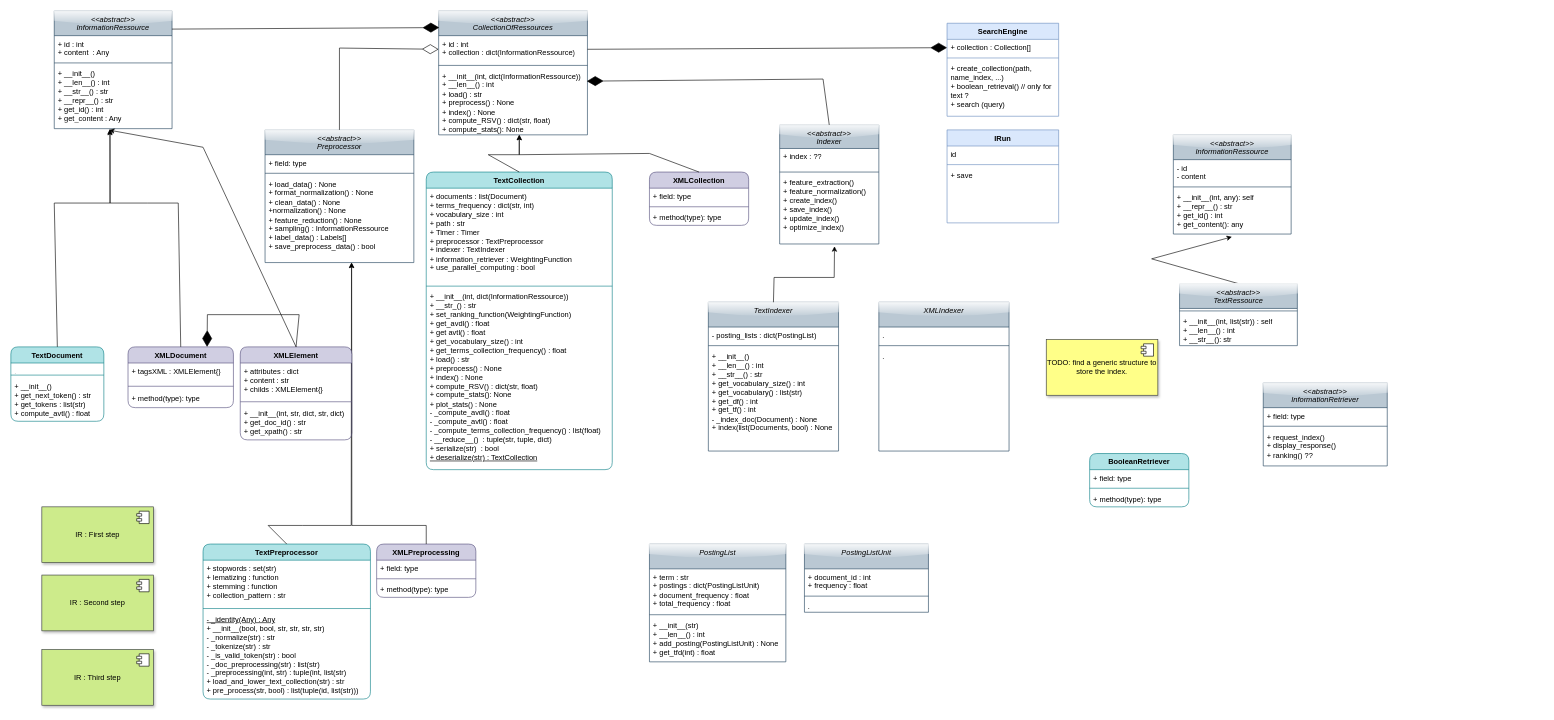
mohamedlrouabah1/RIM2DSC keeps this draw.io diagram as uml_diagrams/information_retrieval_models.drawio. Above is the earlier version. Source tidied: cells renumbered, new cells numbered last; positions are measured from the earlier drawing's top-left corner, leaving out a move shared by most shapes. Both pictures are drawn from the tidied source at 62%, with x=0, y=0 at pixel (11, 11).
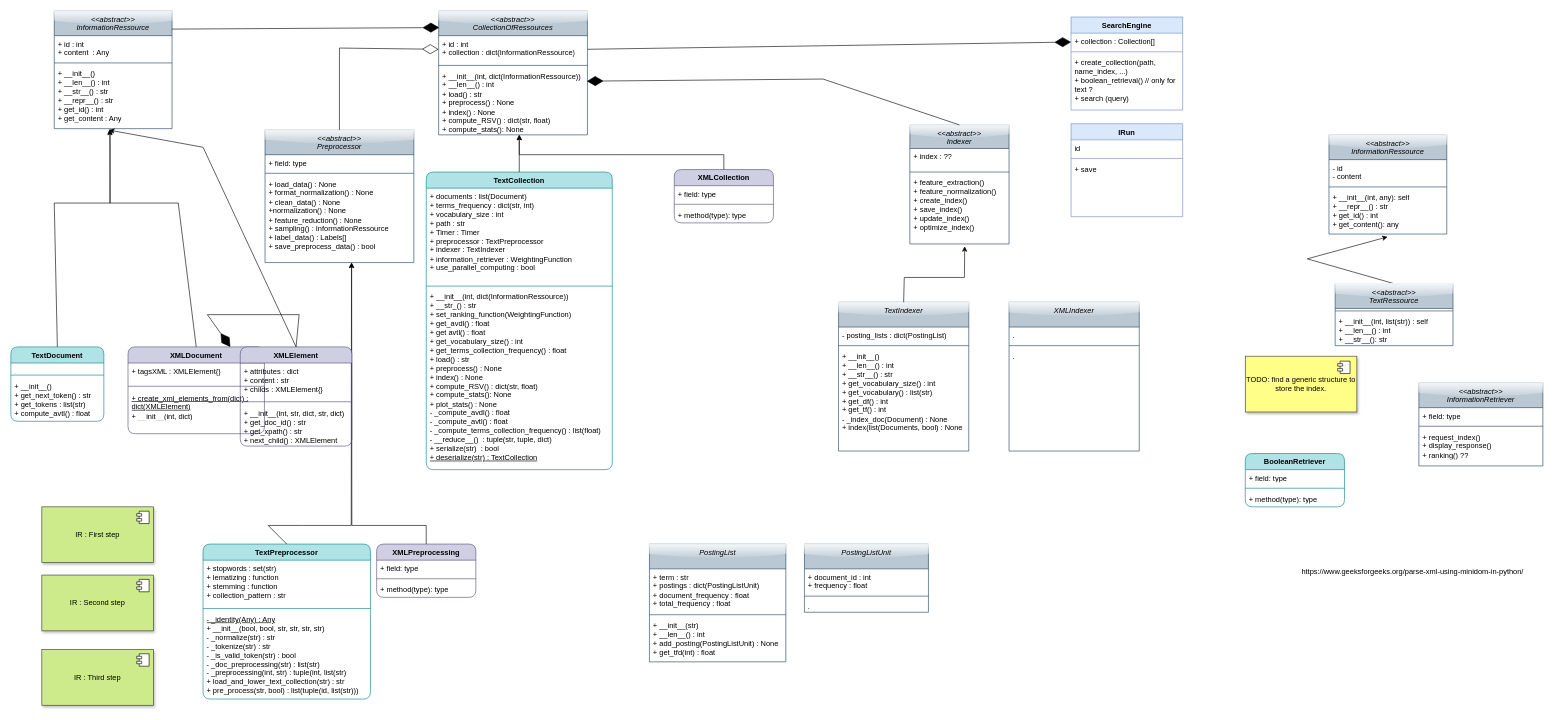
The same page after the edit.

Commit message:
doc: update uml class diagram

The change refers to these unchanged cells:
```xml
<mxCell id="23" value="TextCollection" style="swimlane;fontStyle=1;align=center;verticalAlign=top;horizontal=1;startSize=26;whiteSpace=wrap;html=1;fillColor=#b0e3e6;strokeColor=#0e8088;rounded=1;" parent="1" vertex="1">
  <mxGeometry x="670" y="260" width="300" height="480" as="geometry" />
</mxCell>
<mxCell id="53" value="+ feature_extraction()&lt;br&gt;+ feature_normalization()&lt;br&gt;+ create_index()&lt;br&gt;+ save_index()&lt;br&gt;+ update_index()&lt;br&gt;+ optimize_index()" style="text;strokeColor=none;fillColor=none;align=left;verticalAlign=top;spacingLeft=4;spacingRight=4;overflow=hidden;points=[[0,0.5],[1,0.5]];portConstraint=eastwest;whiteSpace=wrap;html=1;" parent="50" vertex="1">
  <mxGeometry y="80" width="160" height="112" as="geometry" />
</mxCell>
<mxCell id="75" value="+ __init__(int, any): self&lt;br&gt;+ __repr__() : str&lt;br&gt;+ get_id() : int&lt;br&gt;+ get_content(): any" style="text;strokeColor=none;fillColor=none;align=left;verticalAlign=top;spacingLeft=4;spacingRight=4;overflow=hidden;points=[[0,0.5],[1,0.5]];portConstraint=eastwest;whiteSpace=wrap;html=1;" parent="72" vertex="1">
  <mxGeometry y="88" width="190" height="72" as="geometry" />
</mxCell>
```

The edit, as a diff of the source:
```diff
@@
     <mxCell id="10" value="XMLDocument" style="swimlane;fontStyle=1;align=center;verticalAlign=top;horizontal=1;startSize=26;whiteSpace=wrap;html=1;fillColor=#d0cee2;strokeColor=#56517e;rounded=1;" parent="1" vertex="1">
-      <mxGeometry x="189" y="542" width="170" height="98" as="geometry" />
+      <mxGeometry x="189" y="542" width="220" height="140" as="geometry" />
     </mxCell>
     <mxCell id="11" value="+ tagsXML : XMLElement{}" style="text;strokeColor=none;fillColor=none;align=left;verticalAlign=top;spacingLeft=4;spacingRight=4;overflow=hidden;whiteSpace=wrap;html=1;" parent="10" vertex="1">
-      <mxGeometry y="26" width="170" height="32" as="geometry" />
+      <mxGeometry y="26" width="220" height="32" as="geometry" />
     </mxCell>
     <mxCell id="12" style="line;strokeWidth=1;fillColor=none;align=left;verticalAlign=middle;spacingTop=-1;spacingLeft=3;spacingRight=3;labelPosition=right;strokeColor=inherit;" parent="10" vertex="1">
-      <mxGeometry y="58" width="170" height="11" as="geometry" />
+      <mxGeometry y="58" width="220" height="11" as="geometry" />
     </mxCell>
-    <mxCell id="13" value="+ method(type): type" style="text;strokeColor=none;fillColor=none;align=left;verticalAlign=top;spacingLeft=4;spacingRight=4;overflow=hidden;whiteSpace=wrap;html=1;" parent="10" vertex="1">
-      <mxGeometry y="69" width="170" height="29" as="geometry" />
+    <mxCell id="13" value="&lt;u&gt;+ create_xml_elements_from(dict) : dict(XMLElement)&lt;/u&gt;&lt;br&gt;+ __init__(int, dict)" style="text;strokeColor=none;fillColor=none;align=left;verticalAlign=top;spacingLeft=4;spacingRight=4;overflow=hidden;whiteSpace=wrap;html=1;" parent="10" vertex="1">
+      <mxGeometry y="69" width="220" height="71" as="geometry" />
     </mxCell>
@@
     <mxCell id="19" value="SearchEngine" style="swimlane;fontStyle=1;align=center;verticalAlign=top;horizontal=1;startSize=26;whiteSpace=wrap;html=1;fillColor=#dae8fc;strokeColor=#6c8ebf;" parent="1" vertex="1">
-      <mxGeometry x="1510" y="20" width="180" height="150" as="geometry" />
+      <mxGeometry x="1710" y="10" width="180" height="150" as="geometry" />
     </mxCell>
@@
     <mxCell id="27" value="XMLCollection" style="swimlane;fontStyle=1;align=center;verticalAlign=top;horizontal=1;startSize=26;whiteSpace=wrap;html=1;fillColor=#d0cee2;strokeColor=#56517e;rounded=1;" parent="1" vertex="1">
-      <mxGeometry x="1030" y="260" width="160" height="86" as="geometry" />
+      <mxGeometry x="1070" y="256" width="160" height="86" as="geometry" />
     </mxCell>
@@
     <mxCell id="50" value="&lt;i style=&quot;font-weight: normal;&quot;&gt;&amp;lt;&amp;lt;abstract&amp;gt;&amp;gt;&lt;br&gt;Indexer&lt;/i&gt;" style="swimlane;fontStyle=1;align=center;verticalAlign=top;horizontal=1;startSize=38;whiteSpace=wrap;html=1;fillColor=#bac8d3;strokeColor=#23445d;glass=1;" parent="1" vertex="1">
-      <mxGeometry x="1240" y="184" width="160" height="192" as="geometry" />
+      <mxGeometry x="1450" y="184" width="160" height="192" as="geometry" />
     </mxCell>
@@
     <mxCell id="54" value="TODO: find a generic structure to store the index." style="html=1;whiteSpace=wrap;fillColor=#ffff88;strokeColor=#36393d;shadow=1;" parent="1" vertex="1">
-      <mxGeometry x="1670" y="530" width="180" height="90" as="geometry" />
+      <mxGeometry x="1991" y="557" width="180" height="90" as="geometry" />
     </mxCell>
     <mxCell id="55" style="shape=module;jettyWidth=8;jettyHeight=4;" parent="54" vertex="1">
       <mxGeometry x="1" width="20" height="20" relative="1" as="geometry">
-        <mxPoint x="-27" y="7" as="offset" />
+        <mxPoint x="-31" y="8" as="offset" />
       </mxGeometry>
     </mxCell>
@@
     <mxCell id="58" style="endArrow=classic;html=1;rounded=0;exitX=0.5;exitY=0;exitDx=0;exitDy=0;entryX=0.542;entryY=1;entryDx=0;entryDy=0;entryPerimeter=0;" parent="1" edge="1" source="23">
       <mxGeometry relative="1" as="geometry">
         <mxPoint x="820.1" y="200" as="targetPoint" />
         <Array as="points">
-          <mxPoint x="770" y="232" />
           <mxPoint x="820" y="232" />
         </Array>
       </mxGeometry>
     </mxCell>
     <mxCell id="59" style="endArrow=classic;html=1;rounded=0;exitX=0.5;exitY=0;exitDx=0;exitDy=0;" parent="1" edge="1" source="27">
       <mxGeometry relative="1" as="geometry">
         <mxPoint x="820" y="200" as="targetPoint" />
         <Array as="points">
-          <mxPoint x="1030" y="230" />
+          <mxPoint x="1150" y="232" />
           <mxPoint x="820" y="232" />
         </Array>
       </mxGeometry>
     </mxCell>
@@
     <mxCell id="63" value="BooleanRetriever" style="swimlane;fontStyle=1;align=center;verticalAlign=top;horizontal=1;startSize=26;whiteSpace=wrap;html=1;fillColor=#b0e3e6;strokeColor=#0e8088;rounded=1;" parent="1" vertex="1">
-      <mxGeometry x="1740" y="714" width="160" height="86" as="geometry" />
+      <mxGeometry x="1991" y="714" width="160" height="86" as="geometry" />
     </mxCell>
@@
     <mxCell id="68" value="&lt;i style=&quot;font-weight: normal;&quot;&gt;&amp;lt;&amp;lt;abstract&amp;gt;&amp;gt;&lt;br&gt;InformationRetriever&lt;/i&gt;" style="swimlane;fontStyle=1;align=center;verticalAlign=top;horizontal=1;startSize=40;whiteSpace=wrap;html=1;fillColor=#bac8d3;strokeColor=#23445d;glass=1;" parent="1" vertex="1">
-      <mxGeometry x="2020" y="600" width="200" height="134" as="geometry" />
+      <mxGeometry x="2271" y="600" width="200" height="134" as="geometry" />
     </mxCell>
@@
     <mxCell id="72" value="&lt;i style=&quot;font-weight: normal;&quot;&gt;&amp;lt;&amp;lt;abstract&amp;gt;&amp;gt;&lt;br&gt;InformationRessource&lt;/i&gt;" style="swimlane;fontStyle=1;align=center;verticalAlign=top;horizontal=1;startSize=40;whiteSpace=wrap;html=1;fillColor=#bac8d3;strokeColor=#23445d;glass=1;rounded=0;shadow=0;swimlaneLine=1;" parent="1" vertex="1">
-      <mxGeometry x="1875" y="200" width="190" height="160" as="geometry" />
+      <mxGeometry x="2126" y="200" width="190" height="160" as="geometry" />
     </mxCell>
@@
     <mxCell id="76" style="endArrow=classic;html=1;rounded=0;entryX=0.497;entryY=1.063;entryDx=0;entryDy=0;entryPerimeter=0;exitX=0.5;exitY=0;exitDx=0;exitDy=0;" parent="1" edge="1" source="77" target="75">
       <mxGeometry relative="1" as="geometry">
         <Array as="points">
-          <mxPoint x="1840" y="400" />
+          <mxPoint x="2091" y="400" />
         </Array>
       </mxGeometry>
     </mxCell>
     <mxCell id="77" value="&lt;i style=&quot;font-weight: normal;&quot;&gt;&amp;lt;&amp;lt;abstract&amp;gt;&amp;gt;&lt;br&gt;TextRessource&lt;/i&gt;" style="swimlane;fontStyle=1;align=center;verticalAlign=top;horizontal=1;startSize=40;whiteSpace=wrap;html=1;fillColor=#bac8d3;strokeColor=#23445d;glass=1;rounded=0;shadow=0;swimlaneLine=1;" parent="1" vertex="1">
-      <mxGeometry x="1885" y="440" width="190" height="100" as="geometry" />
+      <mxGeometry x="2136" y="440" width="190" height="100" as="geometry" />
     </mxCell>
@@
     <mxCell id="80" value="XMLElement" style="swimlane;fontStyle=1;align=center;verticalAlign=top;horizontal=1;startSize=26;whiteSpace=wrap;html=1;fillColor=#d0cee2;strokeColor=#56517e;rounded=1;" parent="1" vertex="1">
-      <mxGeometry x="370" y="542" width="180" height="150" as="geometry" />
+      <mxGeometry x="370" y="542" width="180" height="160" as="geometry" />
     </mxCell>
@@
-    <mxCell id="83" value="+ __init__(int, str, dict, str, dict)&lt;br&gt;+ get_doc_id() : str&lt;br&gt;+ get_xpath() : str" style="text;strokeColor=none;fillColor=none;align=left;verticalAlign=top;spacingLeft=4;spacingRight=4;overflow=hidden;whiteSpace=wrap;html=1;" parent="80" vertex="1">
-      <mxGeometry y="94" width="180" height="56" as="geometry" />
+    <mxCell id="83" value="+ __init__(int, str, dict, str, dict)&lt;br&gt;+ get_doc_id() : str&lt;br&gt;+ get_xpath() : str&lt;br&gt;+ next_child() : XMLElement" style="text;strokeColor=none;fillColor=none;align=left;verticalAlign=top;spacingLeft=4;spacingRight=4;overflow=hidden;whiteSpace=wrap;html=1;" parent="80" vertex="1">
+      <mxGeometry y="94" width="180" height="66" as="geometry" />
     </mxCell>
@@
     <mxCell id="85" value="IRun" style="swimlane;fontStyle=1;align=center;verticalAlign=top;horizontal=1;startSize=26;whiteSpace=wrap;html=1;fillColor=#dae8fc;strokeColor=#6c8ebf;" parent="1" vertex="1">
-      <mxGeometry x="1510" y="192" width="180" height="150" as="geometry" />
+      <mxGeometry x="1710" y="182" width="180" height="150" as="geometry" />
     </mxCell>
@@
     <mxCell id="97" value="&lt;span style=&quot;font-weight: 400;&quot;&gt;&lt;i&gt;TextIndexer&lt;/i&gt;&lt;/span&gt;" style="swimlane;fontStyle=1;align=center;verticalAlign=top;horizontal=1;startSize=40;whiteSpace=wrap;html=1;fillColor=#bac8d3;strokeColor=#23445d;glass=1;" parent="1" vertex="1">
-      <mxGeometry x="1125" y="470" width="210" height="240" as="geometry" />
+      <mxGeometry x="1335" y="470" width="210" height="240" as="geometry" />
     </mxCell>
@@
     <mxCell id="101" style="endArrow=classic;html=1;rounded=0;exitX=0.5;exitY=0;exitDx=0;exitDy=0;entryX=0.553;entryY=1.034;entryDx=0;entryDy=0;entryPerimeter=0;" parent="1" edge="1" source="97" target="53">
       <mxGeometry relative="1" as="geometry">
         <Array as="points">
-          <mxPoint x="1231" y="430" />
-          <mxPoint x="1328" y="430" />
+          <mxPoint x="1441" y="430" />
+          <mxPoint x="1538" y="430" />
         </Array>
       </mxGeometry>
     </mxCell>
     <mxCell id="102" value="&lt;span style=&quot;font-weight: 400;&quot;&gt;&lt;i&gt;XMLIndexer&lt;/i&gt;&lt;/span&gt;" style="swimlane;fontStyle=1;align=center;verticalAlign=top;horizontal=1;startSize=40;whiteSpace=wrap;html=1;fillColor=#bac8d3;strokeColor=#23445d;glass=1;" parent="1" vertex="1">
-      <mxGeometry x="1400" y="470" width="210" height="240" as="geometry" />
+      <mxGeometry x="1610" y="470" width="210" height="240" as="geometry" />
     </mxCell>
@@
+    <mxCell id="107" value="https://www.geeksforgeeks.org/parse-xml-using-minidom-in-python/" style="text;whiteSpace=wrap;" parent="1" vertex="1">
+      <mxGeometry x="2080" y="890" width="390" height="40" as="geometry" />
+    </mxCell>
```
